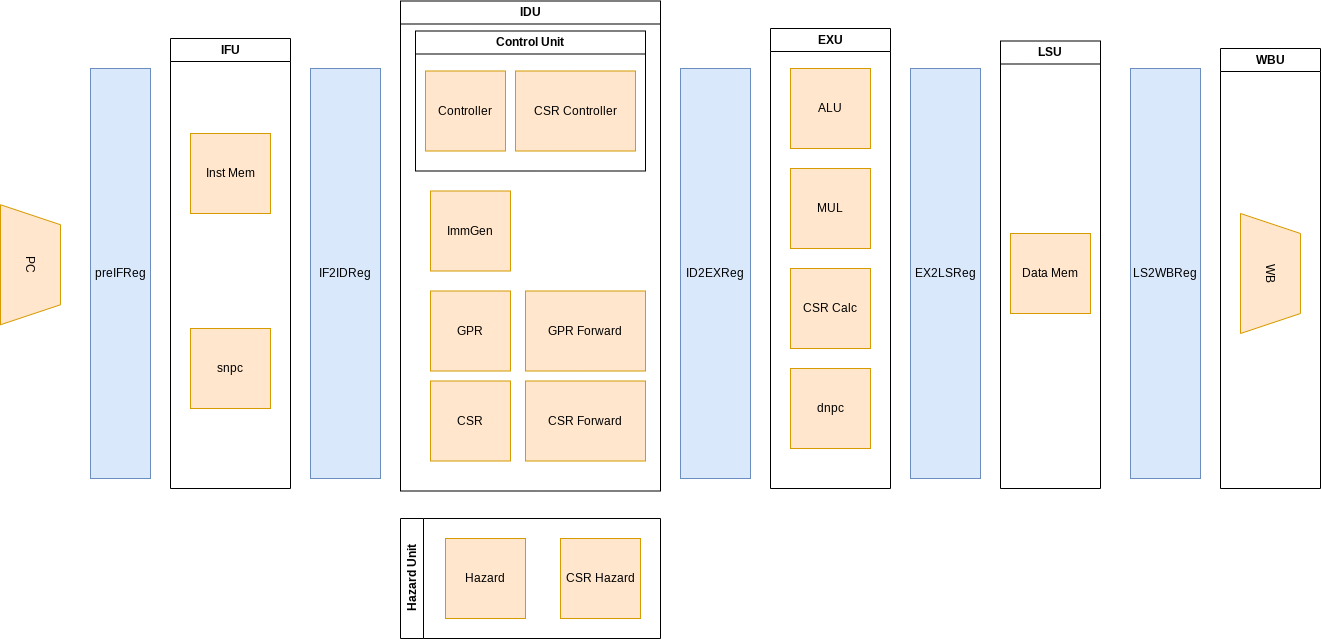
Above: docs/微架构设计.png in YEWPO/YPC (draw.io), before the change. Source tidied: cells renumbered, new cells last; positions are measured from the earlier drawing's top-left corner, leaving out a move shared by most shapes.
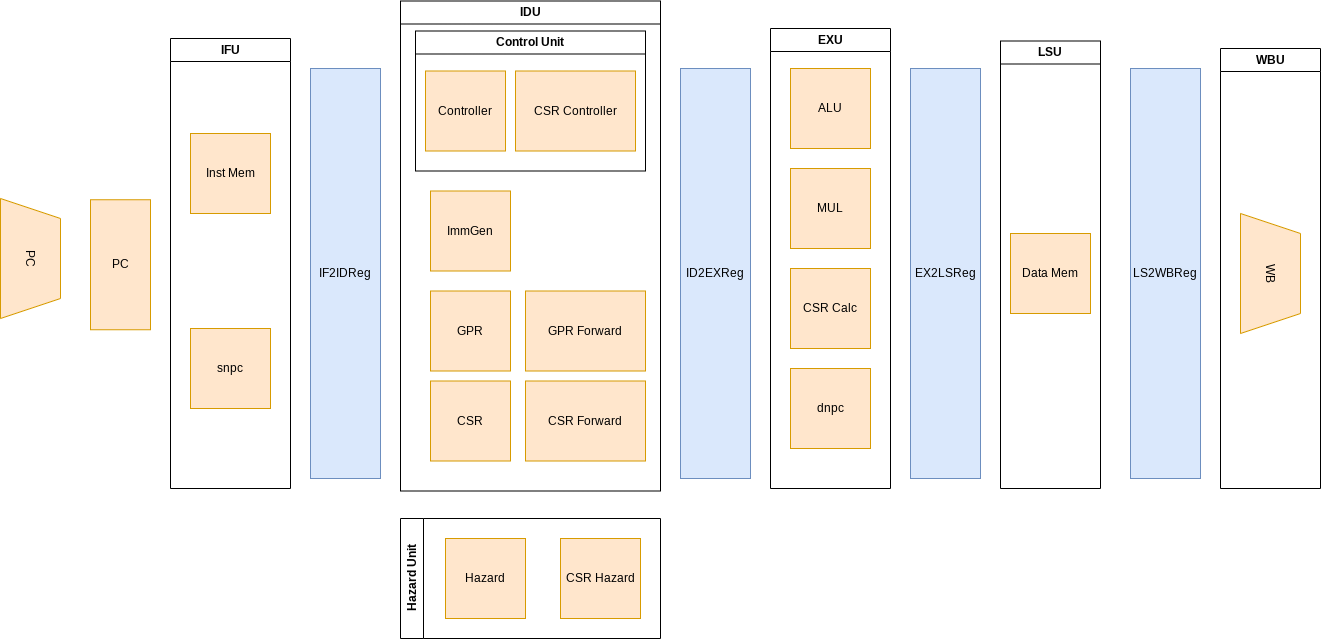
The same diagram one commit later.

Commit message:
更新架构图

What changed in the source:
```diff
@@ -2,8 +2,8 @@
   <root>
     <mxCell id="0" />
     <mxCell id="1" parent="0" />
-    <mxCell id="2" value="preIFReg" style="rounded=0;whiteSpace=wrap;html=1;fillColor=#dae8fc;strokeColor=#6c8ebf;" parent="1" vertex="1">
-      <mxGeometry x="120" y="68" width="60" height="410" as="geometry" />
+    <mxCell id="2" value="PC" style="rounded=0;whiteSpace=wrap;html=1;fillColor=#ffe6cc;strokeColor=#d79b00;" parent="1" vertex="1">
+      <mxGeometry x="120" y="199.2" width="60" height="130" as="geometry" />
     </mxCell>
     <mxCell id="3" value="IF2IDReg" style="rounded=0;whiteSpace=wrap;html=1;fillColor=#dae8fc;strokeColor=#6c8ebf;" parent="1" vertex="1">
       <mxGeometry x="340" y="68" width="70" height="410" as="geometry" />
@@ -81,7 +81,7 @@
       <mxGeometry x="-10" y="195" width="120" height="60" as="geometry" />
     </mxCell>
     <mxCell id="28" value="PC" style="shape=trapezoid;perimeter=trapezoidPerimeter;whiteSpace=wrap;html=1;fixedSize=1;rotation=90;fillColor=#ffe6cc;strokeColor=#d79b00;" parent="1" vertex="1">
-      <mxGeometry y="234.2" width="120" height="60" as="geometry" />
+      <mxGeometry y="228" width="120" height="60" as="geometry" />
     </mxCell>
     <mxCell id="29" value="Hazard Unit" style="swimlane;horizontal=0;whiteSpace=wrap;html=1;" parent="1" vertex="1">
       <mxGeometry x="430" y="518" width="260" height="120" as="geometry" />
```
